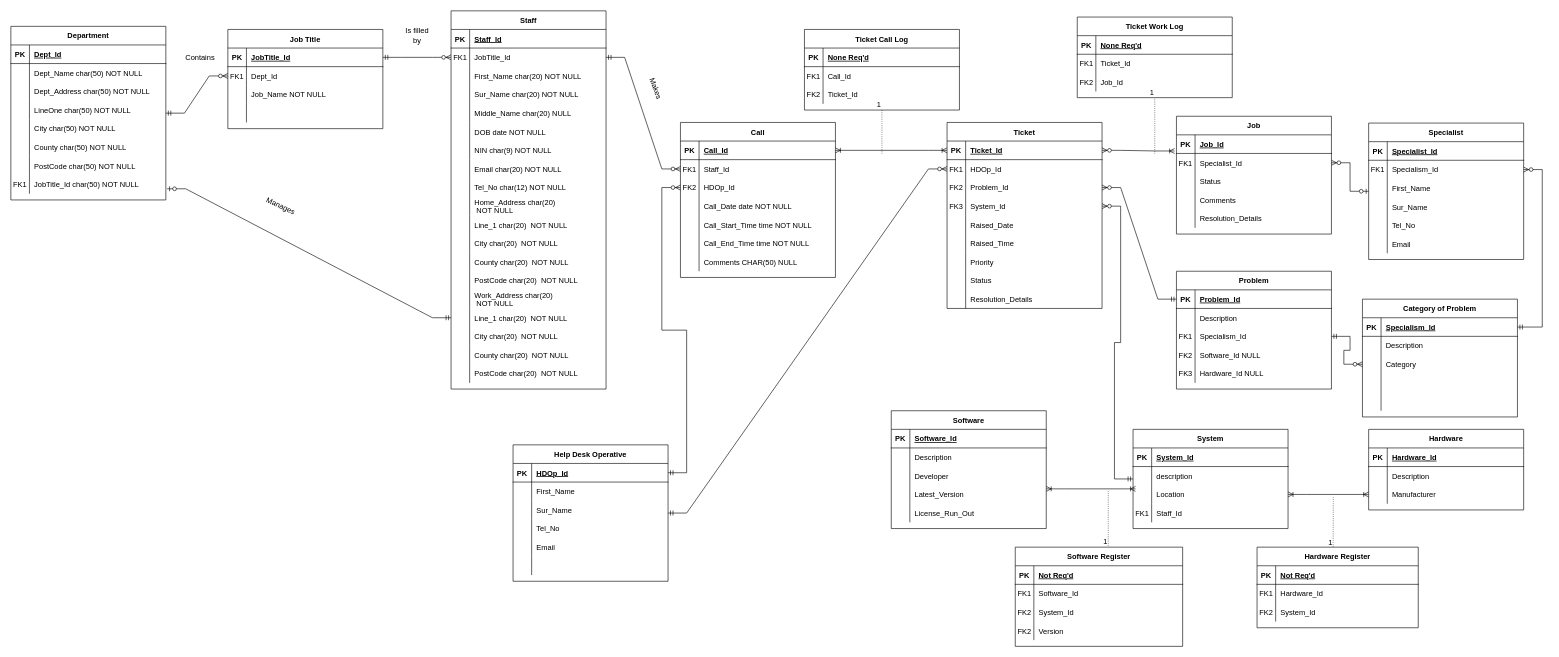
Above: Assets/Untitled Diagram.drawio in olliej111/RTS-Unit-Control (draw.io), before the change. Source tidied: cells renumbered, new cells numbered last; positions are measured from the earlier drawing's top-left corner, leaving out a move shared by most shapes. Both pictures are drawn from the tidied source at 62%, with x=0, y=0 at pixel (11, 11).
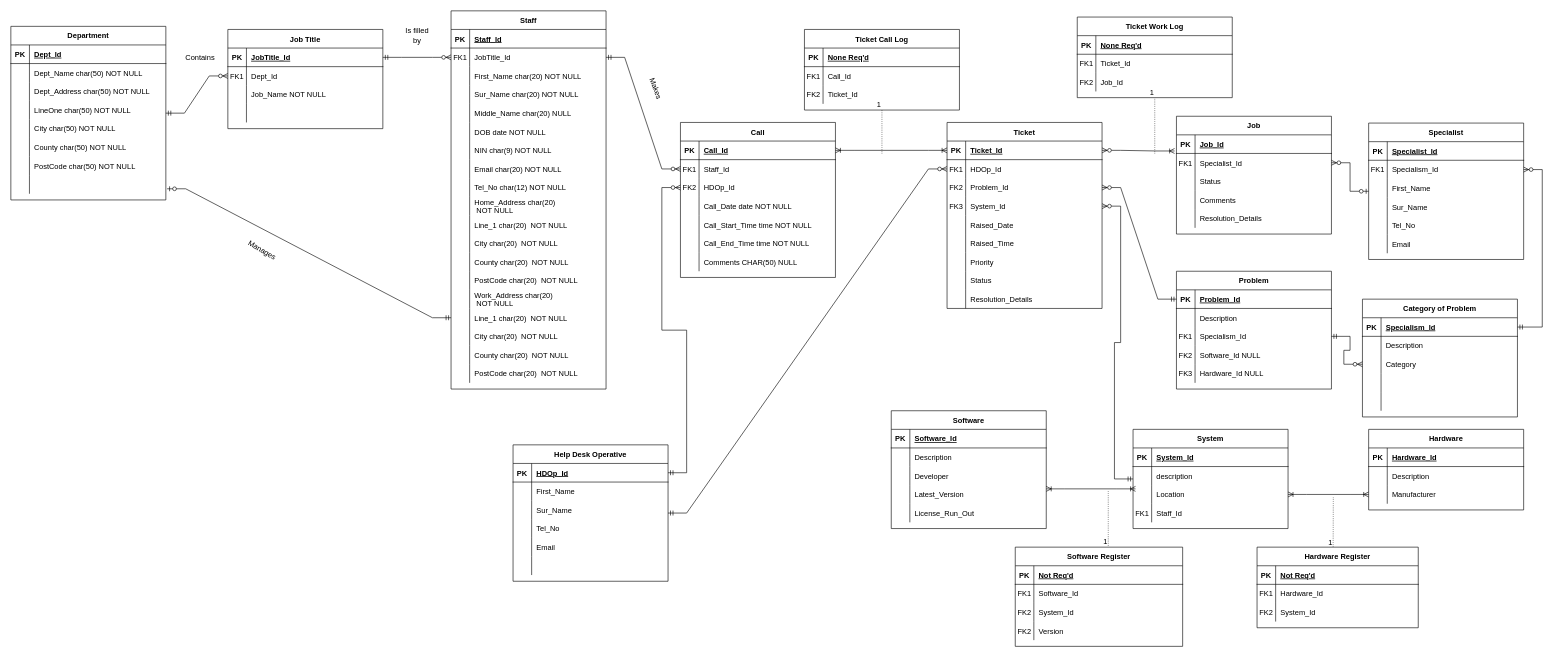
Above is the later version.

The change refers to these unchanged cells:
```xml
<mxCell id="95" style="shape=partialRectangle;fillColor=none;points=[[0,0.5],[1,0.5]];portConstraint=eastwest;top=0;left=0;right=0;bottom=0;" parent="73" vertex="1">
  <mxGeometry y="240" width="250" height="30" as="geometry" />
</mxCell>
```

Diff of the diagram source:
```diff
@@
-    <mxCell id="96" value="FK1" style="shape=partialRectangle;overflow=hidden;fillColor=none;top=0;left=0;bottom=0;right=0;" parent="95" vertex="1">
+    <mxCell id="96" style="shape=partialRectangle;overflow=hidden;fillColor=none;top=0;left=0;bottom=0;right=0;" parent="95" vertex="1">
       <mxGeometry width="30" height="30" as="geometry" />
     </mxCell>
-    <mxCell id="97" value="JobTitle_Id char(50) NOT NULL" style="shape=partialRectangle;overflow=hidden;fillColor=none;top=0;left=0;bottom=0;right=0;align=left;spacingLeft=6;" parent="95" vertex="1">
+    <mxCell id="97" style="shape=partialRectangle;overflow=hidden;fillColor=none;top=0;left=0;bottom=0;right=0;align=left;spacingLeft=6;" parent="95" vertex="1">
       <mxGeometry x="30" width="220" height="30" as="geometry" />
     </mxCell>
@@
-    <mxCell id="322" value="Manages" style="text;html=1;align=center;verticalAlign=middle;strokeColor=none;fillColor=none;rotation=25;" parent="1" vertex="1">
-      <mxGeometry x="400" y="300" width="70" height="30" as="geometry" />
+    <mxCell id="322" value="Manages" style="text;html=1;align=center;verticalAlign=middle;strokeColor=none;fillColor=none;rotation=30;" parent="1" vertex="1">
+      <mxGeometry x="370" y="371" width="70" height="30" as="geometry" />
     </mxCell>
```
